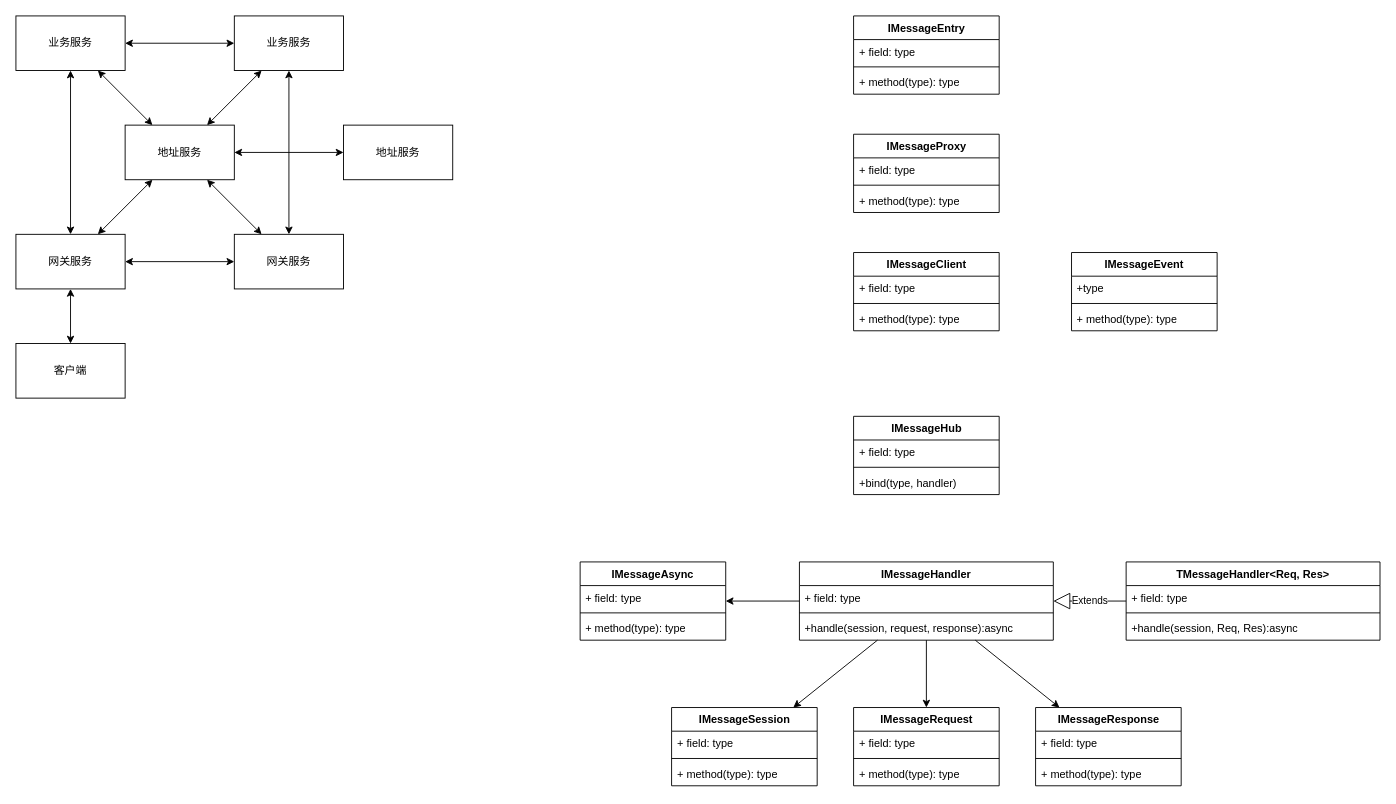
This is page "消息通信" (2 of 3) of Document/OpenMS.drawio from ChivenZhang/OpenMS, a draw.io file, before an edit. Source tidied: cells renumbered, new cells numbered last; positions are measured from the earlier drawing's top-left corner, leaving out a move shared by most shapes. Both pictures are drawn from the tidied source at 91%, with x=0, y=0 at pixel (15, 15).
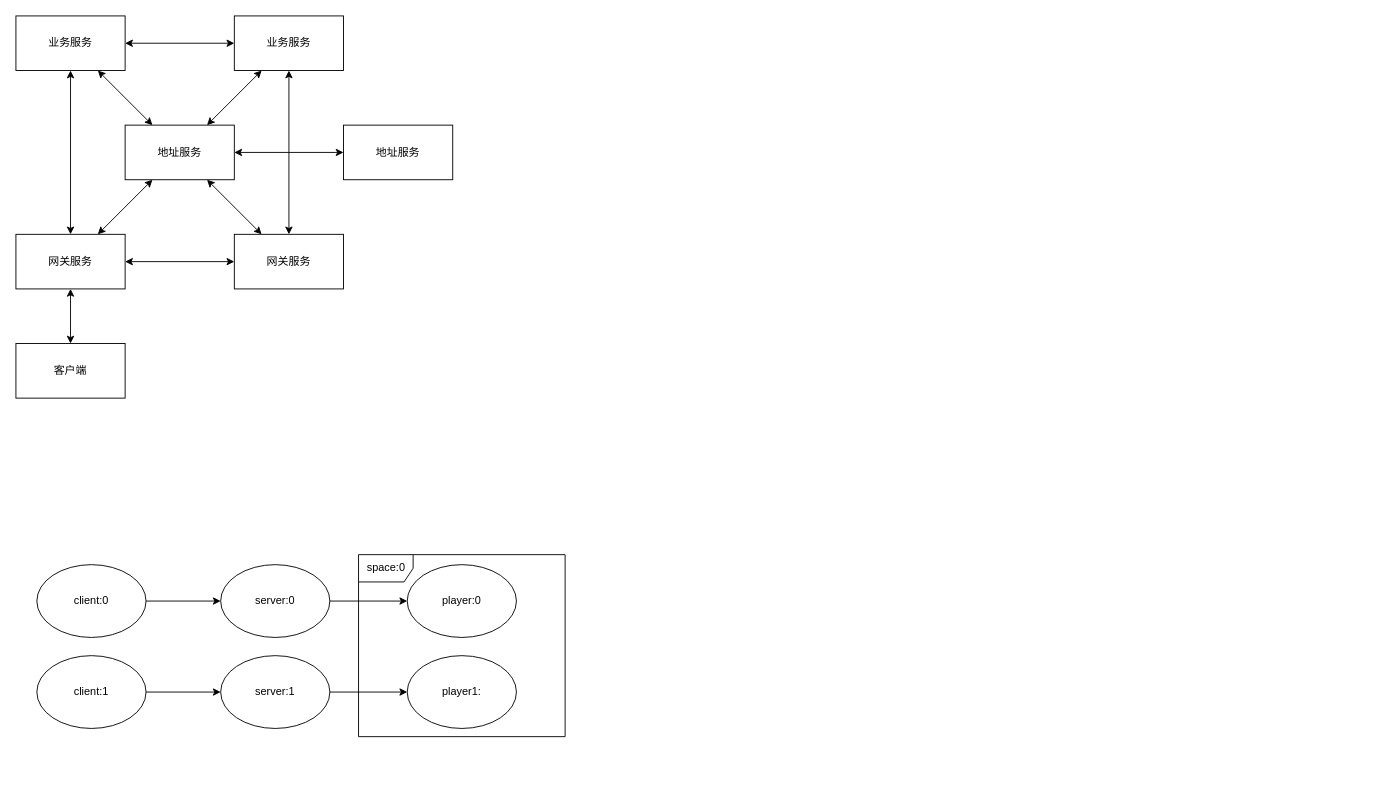
Above is the later version.

What changed in the source:
```diff
@@
-    <mxCell id="19" value="IMessageEvent" style="swimlane;fontStyle=1;align=center;verticalAlign=top;horizontal=1;startSize=26;whiteSpace=wrap;html=1;" parent="1" vertex="1">
-      <mxGeometry x="1160" y="260" width="160" height="86" as="geometry" />
-    </mxCell>
-    <mxCell id="20" value="+type" style="text;strokeColor=none;fillColor=none;align=left;verticalAlign=top;spacingLeft=4;spacingRight=4;overflow=hidden;whiteSpace=wrap;html=1;" parent="19" vertex="1">
-      <mxGeometry y="26" width="160" height="26" as="geometry" />
-    </mxCell>
-    <mxCell id="21" style="line;strokeWidth=1;fillColor=none;align=left;verticalAlign=middle;spacingTop=-1;spacingLeft=3;spacingRight=3;labelPosition=right;strokeColor=inherit;" parent="19" vertex="1">
-      <mxGeometry y="52" width="160" height="8" as="geometry" />
-    </mxCell>
-    <mxCell id="22" value="+ method(type): type" style="text;strokeColor=none;fillColor=none;align=left;verticalAlign=top;spacingLeft=4;spacingRight=4;overflow=hidden;whiteSpace=wrap;html=1;" parent="19" vertex="1">
-      <mxGeometry y="60" width="160" height="26" as="geometry" />
-    </mxCell>
-    <mxCell id="23" value="IMessageAsync" style="swimlane;fontStyle=1;align=center;verticalAlign=top;horizontal=1;startSize=26;whiteSpace=wrap;html=1;" parent="1" vertex="1">
-      <mxGeometry x="620" y="600" width="160" height="86" as="geometry" />
-    </mxCell>
-    <mxCell id="24" value="+ field: type" style="text;strokeColor=none;fillColor=none;align=left;verticalAlign=top;spacingLeft=4;spacingRight=4;overflow=hidden;whiteSpace=wrap;html=1;" parent="23" vertex="1">
-      <mxGeometry y="26" width="160" height="26" as="geometry" />
-    </mxCell>
-    <mxCell id="25" style="line;strokeWidth=1;fillColor=none;align=left;verticalAlign=middle;spacingTop=-1;spacingLeft=3;spacingRight=3;labelPosition=right;strokeColor=inherit;" parent="23" vertex="1">
-      <mxGeometry y="52" width="160" height="8" as="geometry" />
-    </mxCell>
-    <mxCell id="26" value="+ method(type): type" style="text;strokeColor=none;fillColor=none;align=left;verticalAlign=top;spacingLeft=4;spacingRight=4;overflow=hidden;whiteSpace=wrap;html=1;" parent="23" vertex="1">
-      <mxGeometry y="60" width="160" height="26" as="geometry" />
-    </mxCell>
-    <mxCell id="27" value="IMessageHandler" style="swimlane;fontStyle=1;align=center;verticalAlign=top;horizontal=1;startSize=26;whiteSpace=wrap;html=1;" parent="1" vertex="1">
-      <mxGeometry x="861" y="600" width="279" height="86" as="geometry" />
-    </mxCell>
-    <mxCell id="28" value="+ field: type" style="text;strokeColor=none;fillColor=none;align=left;verticalAlign=top;spacingLeft=4;spacingRight=4;overflow=hidden;whiteSpace=wrap;html=1;" parent="27" vertex="1">
-      <mxGeometry y="26" width="279" height="26" as="geometry" />
-    </mxCell>
-    <mxCell id="29" style="line;strokeWidth=1;fillColor=none;align=left;verticalAlign=middle;spacingTop=-1;spacingLeft=3;spacingRight=3;labelPosition=right;strokeColor=inherit;" parent="27" vertex="1">
-      <mxGeometry y="52" width="279" height="8" as="geometry" />
-    </mxCell>
-    <mxCell id="30" value="+handle(session, request, response):async" style="text;strokeColor=none;fillColor=none;align=left;verticalAlign=top;spacingLeft=4;spacingRight=4;overflow=hidden;whiteSpace=wrap;html=1;" parent="27" vertex="1">
-      <mxGeometry y="60" width="279" height="26" as="geometry" />
-    </mxCell>
-    <mxCell id="31" value="TMessageHandler&amp;lt;Req, Res&amp;gt;" style="swimlane;fontStyle=1;align=center;verticalAlign=top;horizontal=1;startSize=26;whiteSpace=wrap;html=1;" parent="1" vertex="1">
-      <mxGeometry x="1220" y="600" width="279" height="86" as="geometry" />
-    </mxCell>
-    <mxCell id="32" value="+ field: type" style="text;strokeColor=none;fillColor=none;align=left;verticalAlign=top;spacingLeft=4;spacingRight=4;overflow=hidden;whiteSpace=wrap;html=1;" parent="31" vertex="1">
-      <mxGeometry y="26" width="279" height="26" as="geometry" />
-    </mxCell>
-    <mxCell id="33" style="line;strokeWidth=1;fillColor=none;align=left;verticalAlign=middle;spacingTop=-1;spacingLeft=3;spacingRight=3;labelPosition=right;strokeColor=inherit;" parent="31" vertex="1">
-      <mxGeometry y="52" width="279" height="8" as="geometry" />
-    </mxCell>
-    <mxCell id="34" value="+handle(session, Req, Res):async" style="text;strokeColor=none;fillColor=none;align=left;verticalAlign=top;spacingLeft=4;spacingRight=4;overflow=hidden;whiteSpace=wrap;html=1;" parent="31" vertex="1">
-      <mxGeometry y="60" width="279" height="26" as="geometry" />
-    </mxCell>
-    <mxCell id="35" value="Extends" style="endArrow=block;endSize=16;endFill=0;html=1;rounded=0;" parent="1" edge="1" source="31" target="27">
-      <mxGeometry relative="1" as="geometry" />
-    </mxCell>
-    <mxCell id="36" value="IMessageSession" style="swimlane;fontStyle=1;align=center;verticalAlign=top;horizontal=1;startSize=26;whiteSpace=wrap;html=1;" parent="1" vertex="1">
-      <mxGeometry x="720.5" y="760" width="160" height="86" as="geometry" />
-    </mxCell>
-    <mxCell id="37" value="+ field: type" style="text;strokeColor=none;fillColor=none;align=left;verticalAlign=top;spacingLeft=4;spacingRight=4;overflow=hidden;whiteSpace=wrap;html=1;" parent="36" vertex="1">
-      <mxGeometry y="26" width="160" height="26" as="geometry" />
-    </mxCell>
-    <mxCell id="38" style="line;strokeWidth=1;fillColor=none;align=left;verticalAlign=middle;spacingTop=-1;spacingLeft=3;spacingRight=3;labelPosition=right;strokeColor=inherit;" parent="36" vertex="1">
-      <mxGeometry y="52" width="160" height="8" as="geometry" />
-    </mxCell>
-    <mxCell id="39" value="+ method(type): type" style="text;strokeColor=none;fillColor=none;align=left;verticalAlign=top;spacingLeft=4;spacingRight=4;overflow=hidden;whiteSpace=wrap;html=1;" parent="36" vertex="1">
-      <mxGeometry y="60" width="160" height="26" as="geometry" />
-    </mxCell>
-    <mxCell id="40" value="IMessageRequest" style="swimlane;fontStyle=1;align=center;verticalAlign=top;horizontal=1;startSize=26;whiteSpace=wrap;html=1;" parent="1" vertex="1">
-      <mxGeometry x="920.5" y="760" width="160" height="86" as="geometry" />
-    </mxCell>
-    <mxCell id="41" value="+ field: type" style="text;strokeColor=none;fillColor=none;align=left;verticalAlign=top;spacingLeft=4;spacingRight=4;overflow=hidden;whiteSpace=wrap;html=1;" parent="40" vertex="1">
-      <mxGeometry y="26" width="160" height="26" as="geometry" />
-    </mxCell>
-    <mxCell id="42" style="line;strokeWidth=1;fillColor=none;align=left;verticalAlign=middle;spacingTop=-1;spacingLeft=3;spacingRight=3;labelPosition=right;strokeColor=inherit;" parent="40" vertex="1">
-      <mxGeometry y="52" width="160" height="8" as="geometry" />
-    </mxCell>
-    <mxCell id="43" value="+ method(type): type" style="text;strokeColor=none;fillColor=none;align=left;verticalAlign=top;spacingLeft=4;spacingRight=4;overflow=hidden;whiteSpace=wrap;html=1;" parent="40" vertex="1">
-      <mxGeometry y="60" width="160" height="26" as="geometry" />
-    </mxCell>
-    <mxCell id="44" value="IMessageResponse" style="swimlane;fontStyle=1;align=center;verticalAlign=top;horizontal=1;startSize=26;whiteSpace=wrap;html=1;" parent="1" vertex="1">
-      <mxGeometry x="1120.5" y="760" width="160" height="86" as="geometry" />
-    </mxCell>
-    <mxCell id="45" value="+ field: type" style="text;strokeColor=none;fillColor=none;align=left;verticalAlign=top;spacingLeft=4;spacingRight=4;overflow=hidden;whiteSpace=wrap;html=1;" parent="44" vertex="1">
-      <mxGeometry y="26" width="160" height="26" as="geometry" />
-    </mxCell>
-    <mxCell id="46" style="line;strokeWidth=1;fillColor=none;align=left;verticalAlign=middle;spacingTop=-1;spacingLeft=3;spacingRight=3;labelPosition=right;strokeColor=inherit;" parent="44" vertex="1">
-      <mxGeometry y="52" width="160" height="8" as="geometry" />
-    </mxCell>
-    <mxCell id="47" value="+ method(type): type" style="text;strokeColor=none;fillColor=none;align=left;verticalAlign=top;spacingLeft=4;spacingRight=4;overflow=hidden;whiteSpace=wrap;html=1;" parent="44" vertex="1">
-      <mxGeometry y="60" width="160" height="26" as="geometry" />
-    </mxCell>
-    <mxCell id="48" style="endArrow=classic;html=1;rounded=0;" parent="1" edge="1" source="27" target="36">
-      <mxGeometry relative="1" as="geometry" />
-    </mxCell>
-    <mxCell id="49" style="endArrow=classic;html=1;rounded=0;" parent="1" edge="1" source="27" target="40">
-      <mxGeometry relative="1" as="geometry" />
-    </mxCell>
-    <mxCell id="50" style="endArrow=classic;html=1;rounded=0;" parent="1" edge="1" source="27" target="44">
-      <mxGeometry relative="1" as="geometry" />
-    </mxCell>
-    <mxCell id="51" style="endArrow=classic;html=1;rounded=0;" parent="1" edge="1" source="27" target="23">
-      <mxGeometry relative="1" as="geometry" />
-    </mxCell>
-    <mxCell id="52" value="IMessageEntry" style="swimlane;fontStyle=1;align=center;verticalAlign=top;horizontal=1;startSize=26;whiteSpace=wrap;html=1;" parent="1" vertex="1">
-      <mxGeometry x="920.5" width="160" height="86" as="geometry" />
-    </mxCell>
-    <mxCell id="53" value="+ field: type" style="text;strokeColor=none;fillColor=none;align=left;verticalAlign=top;spacingLeft=4;spacingRight=4;overflow=hidden;whiteSpace=wrap;html=1;" parent="52" vertex="1">
-      <mxGeometry y="26" width="160" height="26" as="geometry" />
-    </mxCell>
-    <mxCell id="54" style="line;strokeWidth=1;fillColor=none;align=left;verticalAlign=middle;spacingTop=-1;spacingLeft=3;spacingRight=3;labelPosition=right;strokeColor=inherit;" parent="52" vertex="1">
-      <mxGeometry y="52" width="160" height="8" as="geometry" />
-    </mxCell>
-    <mxCell id="55" value="+ method(type): type" style="text;strokeColor=none;fillColor=none;align=left;verticalAlign=top;spacingLeft=4;spacingRight=4;overflow=hidden;whiteSpace=wrap;html=1;" parent="52" vertex="1">
-      <mxGeometry y="60" width="160" height="26" as="geometry" />
-    </mxCell>
-    <mxCell id="56" value="IMessageProxy" style="swimlane;fontStyle=1;align=center;verticalAlign=top;horizontal=1;startSize=26;whiteSpace=wrap;html=1;" parent="1" vertex="1">
-      <mxGeometry x="920.5" y="130" width="160" height="86" as="geometry" />
-    </mxCell>
-    <mxCell id="57" value="+ field: type" style="text;strokeColor=none;fillColor=none;align=left;verticalAlign=top;spacingLeft=4;spacingRight=4;overflow=hidden;whiteSpace=wrap;html=1;" parent="56" vertex="1">
-      <mxGeometry y="26" width="160" height="26" as="geometry" />
-    </mxCell>
-    <mxCell id="58" style="line;strokeWidth=1;fillColor=none;align=left;verticalAlign=middle;spacingTop=-1;spacingLeft=3;spacingRight=3;labelPosition=right;strokeColor=inherit;" parent="56" vertex="1">
-      <mxGeometry y="52" width="160" height="8" as="geometry" />
-    </mxCell>
-    <mxCell id="59" value="+ method(type): type" style="text;strokeColor=none;fillColor=none;align=left;verticalAlign=top;spacingLeft=4;spacingRight=4;overflow=hidden;whiteSpace=wrap;html=1;" parent="56" vertex="1">
-      <mxGeometry y="60" width="160" height="26" as="geometry" />
-    </mxCell>
-    <mxCell id="60" value="IMessageClient" style="swimlane;fontStyle=1;align=center;verticalAlign=top;horizontal=1;startSize=26;whiteSpace=wrap;html=1;" parent="1" vertex="1">
-      <mxGeometry x="920.5" y="260" width="160" height="86" as="geometry" />
-    </mxCell>
-    <mxCell id="61" value="+ field: type" style="text;strokeColor=none;fillColor=none;align=left;verticalAlign=top;spacingLeft=4;spacingRight=4;overflow=hidden;whiteSpace=wrap;html=1;" parent="60" vertex="1">
-      <mxGeometry y="26" width="160" height="26" as="geometry" />
-    </mxCell>
-    <mxCell id="62" style="line;strokeWidth=1;fillColor=none;align=left;verticalAlign=middle;spacingTop=-1;spacingLeft=3;spacingRight=3;labelPosition=right;strokeColor=inherit;" parent="60" vertex="1">
-      <mxGeometry y="52" width="160" height="8" as="geometry" />
-    </mxCell>
-    <mxCell id="63" value="+ method(type): type" style="text;strokeColor=none;fillColor=none;align=left;verticalAlign=top;spacingLeft=4;spacingRight=4;overflow=hidden;whiteSpace=wrap;html=1;" parent="60" vertex="1">
-      <mxGeometry y="60" width="160" height="26" as="geometry" />
-    </mxCell>
-    <mxCell id="64" value="IMessageHub" style="swimlane;fontStyle=1;align=center;verticalAlign=top;horizontal=1;startSize=26;whiteSpace=wrap;html=1;" parent="1" vertex="1">
-      <mxGeometry x="920.5" y="440" width="160" height="86" as="geometry" />
-    </mxCell>
-    <mxCell id="65" value="+ field: type" style="text;strokeColor=none;fillColor=none;align=left;verticalAlign=top;spacingLeft=4;spacingRight=4;overflow=hidden;whiteSpace=wrap;html=1;" parent="64" vertex="1">
-      <mxGeometry y="26" width="160" height="26" as="geometry" />
-    </mxCell>
-    <mxCell id="66" style="line;strokeWidth=1;fillColor=none;align=left;verticalAlign=middle;spacingTop=-1;spacingLeft=3;spacingRight=3;labelPosition=right;strokeColor=inherit;" parent="64" vertex="1">
-      <mxGeometry y="52" width="160" height="8" as="geometry" />
-    </mxCell>
-    <mxCell id="67" value="+bind(type, handler)" style="text;strokeColor=none;fillColor=none;align=left;verticalAlign=top;spacingLeft=4;spacingRight=4;overflow=hidden;whiteSpace=wrap;html=1;" parent="64" vertex="1">
-      <mxGeometry y="60" width="160" height="26" as="geometry" />
-    </mxCell>
+    <mxCell id="68" value="client:0" style="ellipse;whiteSpace=wrap;html=1;" parent="1" vertex="1">
+      <mxGeometry x="23" y="603" width="120" height="80" as="geometry" />
+    </mxCell>
+    <mxCell id="69" value="client:1" style="ellipse;whiteSpace=wrap;html=1;" parent="1" vertex="1">
+      <mxGeometry x="23" y="703" width="120" height="80" as="geometry" />
+    </mxCell>
+    <mxCell id="70" value="server:0" style="ellipse;whiteSpace=wrap;html=1;" parent="1" vertex="1">
+      <mxGeometry x="225" y="603" width="120" height="80" as="geometry" />
+    </mxCell>
+    <mxCell id="71" value="server:1" style="ellipse;whiteSpace=wrap;html=1;" parent="1" vertex="1">
+      <mxGeometry x="225" y="703" width="120" height="80" as="geometry" />
+    </mxCell>
+    <mxCell id="72" value="player:0" style="ellipse;whiteSpace=wrap;html=1;" parent="1" vertex="1">
+      <mxGeometry x="430" y="603" width="120" height="80" as="geometry" />
+    </mxCell>
+    <mxCell id="73" value="player1:" style="ellipse;whiteSpace=wrap;html=1;" parent="1" vertex="1">
+      <mxGeometry x="430" y="703" width="120" height="80" as="geometry" />
+    </mxCell>
+    <mxCell id="74" value="space:0" style="shape=umlFrame;whiteSpace=wrap;html=1;" parent="1" vertex="1">
+      <mxGeometry x="376.5" y="592" width="227" height="200" as="geometry" />
+    </mxCell>
+    <mxCell id="75" style="endArrow=classic;html=1;rounded=0;" parent="1" edge="1" source="68" target="70">
+      <mxGeometry relative="1" as="geometry" />
+    </mxCell>
+    <mxCell id="76" style="endArrow=classic;html=1;rounded=0;" parent="1" edge="1" source="69" target="71">
+      <mxGeometry relative="1" as="geometry" />
+    </mxCell>
+    <mxCell id="77" style="endArrow=classic;html=1;rounded=0;" parent="1" edge="1" source="70" target="72">
+      <mxGeometry relative="1" as="geometry" />
+    </mxCell>
+    <mxCell id="78" style="endArrow=classic;html=1;rounded=0;" parent="1" edge="1" source="71" target="73">
+      <mxGeometry relative="1" as="geometry" />
+    </mxCell>
```
